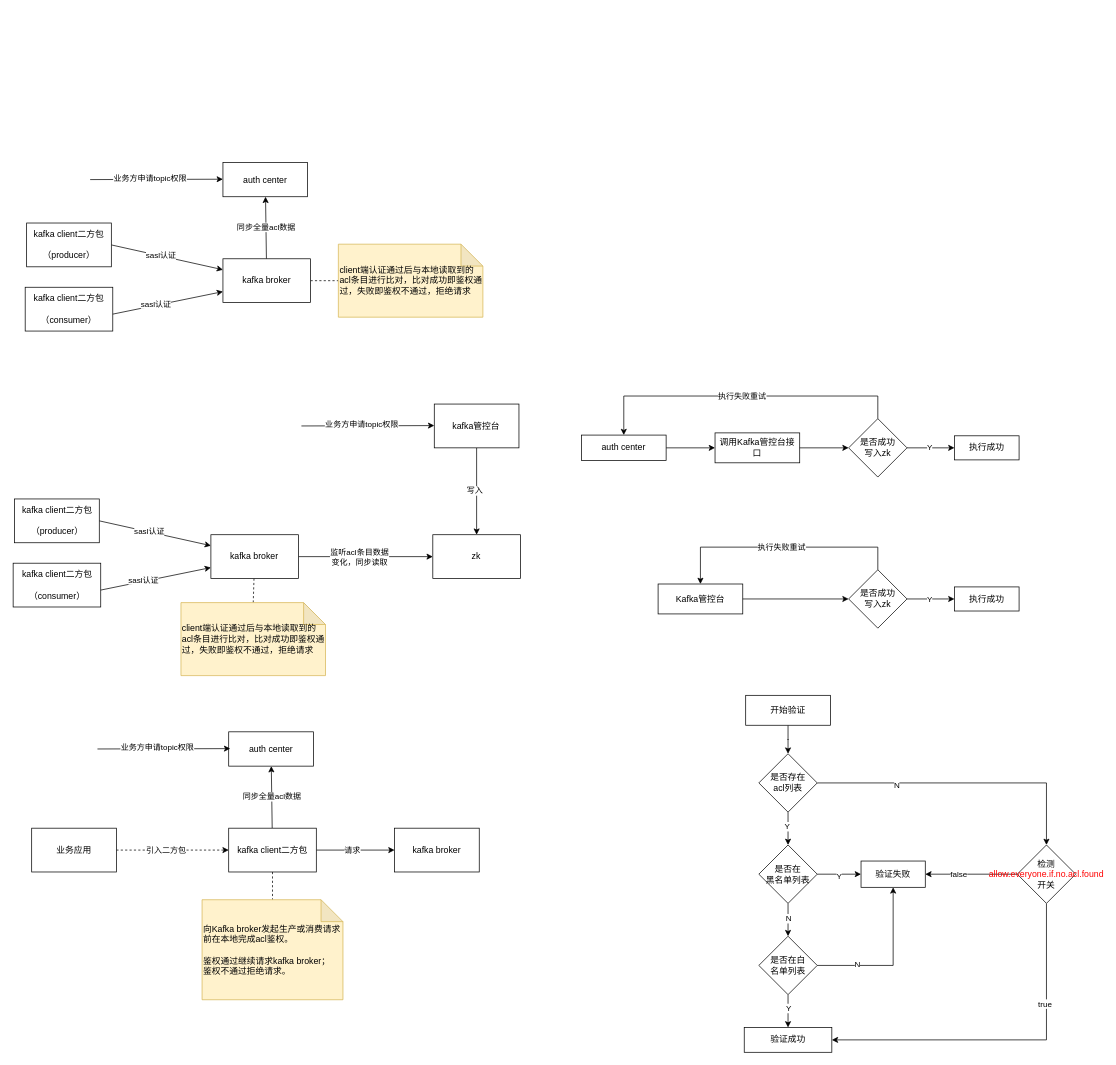
Earlier version of the draw.io diagram kafka接入鉴权中心.drawio (gitcodeporter/draw-uml). Source tidied: cells renumbered, new cells numbered last; positions are measured from the earlier drawing's top-left corner, leaving out a move shared by most shapes. Both pictures are drawn from the tidied source at 73%, with x=0, y=0 at pixel (12, 162).
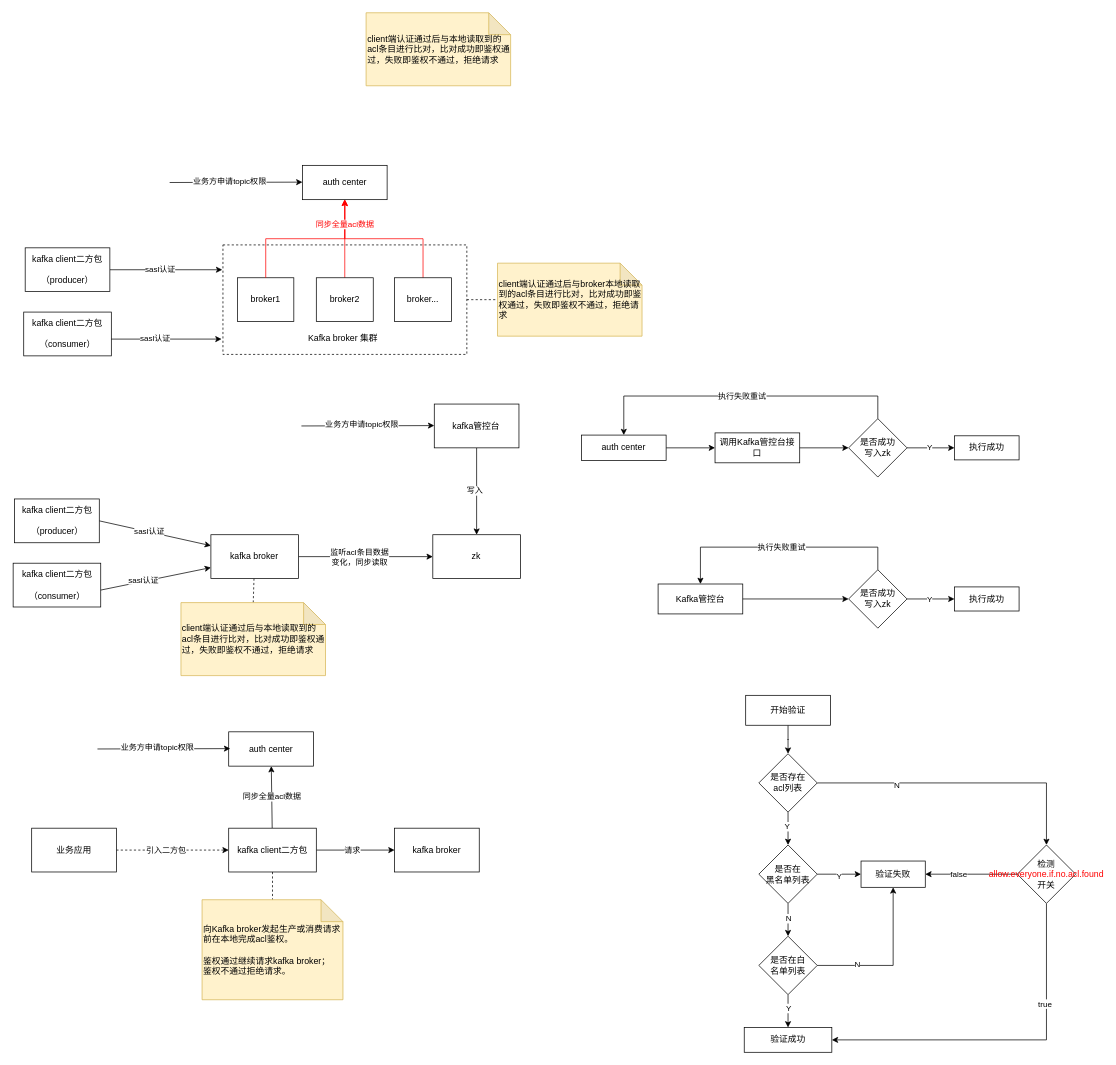
The same page after the edit.

Commit message:
更新kafka接入鉴权中心.drawio

Change to the diagram source:
```diff
@@
-    <mxCell id="2" value="同步全量acl数据" style="edgeStyle=none;rounded=0;jettySize=auto;html=1;" parent="1" edge="1" source="4" target="11">
-      <mxGeometry relative="1" as="geometry" />
-    </mxCell>
@@
-    <mxCell id="4" value="kafka broker" style="rounded=0;whiteSpace=wrap;html=1;" parent="1" vertex="1">
-      <mxGeometry x="287.9" y="132" width="120" height="60" as="geometry" />
+    <mxCell id="4" style="rounded=0;whiteSpace=wrap;html=1;dashed=1;align=left;" parent="1" vertex="1">
+      <mxGeometry x="287.9" y="113" width="334.1" height="150" as="geometry" />
     </mxCell>
-    <mxCell id="5" style="edgeStyle=none;rounded=0;jettySize=auto;html=1;entryX=0;entryY=0.25;entryDx=0;entryDy=0;exitX=1;exitY=0.5;exitDx=0;exitDy=0;" parent="1" edge="1" source="7" target="4">
-      <mxGeometry relative="1" as="geometry" />
+    <mxCell id="5" style="edgeStyle=none;rounded=0;jettySize=auto;html=1;exitX=1;exitY=0.5;exitDx=0;exitDy=0;" parent="1" edge="1" source="7">
+      <mxGeometry relative="1" as="geometry">
+        <mxPoint x="287" y="147" as="targetPoint" />
+      </mxGeometry>
     </mxCell>
@@
     <mxCell id="7" value="kafka client二方包&lt;br&gt;&lt;br&gt;（producer）" style="rounded=0;whiteSpace=wrap;html=1;" parent="1" vertex="1">
-      <mxGeometry x="19" y="83" width="116" height="60" as="geometry" />
+      <mxGeometry x="17" y="117" width="116" height="60" as="geometry" />
     </mxCell>
-    <mxCell id="8" style="edgeStyle=none;rounded=0;jettySize=auto;html=1;entryX=0;entryY=0.75;entryDx=0;entryDy=0;exitX=0.992;exitY=0.617;exitDx=0;exitDy=0;exitPerimeter=0;" parent="1" edge="1" source="10" target="4">
-      <mxGeometry relative="1" as="geometry" />
+    <mxCell id="8" style="edgeStyle=none;rounded=0;jettySize=auto;html=1;exitX=0.992;exitY=0.617;exitDx=0;exitDy=0;exitPerimeter=0;" parent="1" edge="1" source="10">
+      <mxGeometry relative="1" as="geometry">
+        <mxPoint x="286" y="242" as="targetPoint" />
+      </mxGeometry>
     </mxCell>
@@
     <mxCell id="10" value="kafka client二方包&lt;br&gt;&lt;br&gt;（consumer）" style="rounded=0;whiteSpace=wrap;html=1;" parent="1" vertex="1">
-      <mxGeometry x="17" y="171" width="120" height="60" as="geometry" />
+      <mxGeometry x="15" y="205" width="120" height="60" as="geometry" />
     </mxCell>
     <mxCell id="11" value="auth center" style="rounded=0;whiteSpace=wrap;html=1;" parent="1" vertex="1">
-      <mxGeometry x="287.9" width="116" height="47" as="geometry" />
+      <mxGeometry x="396.8" y="4" width="116" height="47" as="geometry" />
     </mxCell>
-    <mxCell id="12" value="client端认证通过后与本地读取到的acl条目进行比对，比对成功即鉴权通过，失败即鉴权不通过，拒绝请求" style="shape=note;whiteSpace=wrap;html=1;backgroundOutline=1;darkOpacity=0.05;fillColor=#fff2cc;strokeColor=#d6b656;align=left;" parent="1" vertex="1">
-      <mxGeometry x="446" y="112" width="198" height="100" as="geometry" />
+    <mxCell id="12" value="client端认证通过后与broker本地读取到的acl条目进行比对，比对成功即鉴权通过，失败即鉴权不通过，拒绝请求" style="shape=note;whiteSpace=wrap;html=1;backgroundOutline=1;darkOpacity=0.05;fillColor=#fff2cc;strokeColor=#d6b656;align=left;" parent="1" vertex="1">
+      <mxGeometry x="664" y="138" width="198" height="100" as="geometry" />
     </mxCell>
@@
     <mxCell id="83" style="endArrow=classic;html=1;rounded=0;" parent="1" edge="1">
       <mxGeometry relative="1" as="geometry">
-        <mxPoint x="106" y="23.5" as="sourcePoint" />
-        <mxPoint x="287.9" y="23" as="targetPoint" />
+        <mxPoint x="214.9" y="27.5" as="sourcePoint" />
+        <mxPoint x="396.8" y="27" as="targetPoint" />
       </mxGeometry>
     </mxCell>
@@
+    <mxCell id="87" value="client端认证通过后与本地读取到的acl条目进行比对，比对成功即鉴权通过，失败即鉴权不通过，拒绝请求" style="shape=note;whiteSpace=wrap;html=1;backgroundOutline=1;darkOpacity=0.05;fillColor=#fff2cc;strokeColor=#d6b656;align=left;" parent="1" vertex="1">
+      <mxGeometry x="484" y="-205" width="198" height="100" as="geometry" />
+    </mxCell>
+    <mxCell id="88" value="broker1" style="rounded=0;whiteSpace=wrap;html=1;" parent="1" vertex="1">
+      <mxGeometry x="308" y="158" width="77" height="60" as="geometry" />
+    </mxCell>
+    <mxCell id="89" style="edgeStyle=orthogonalEdgeStyle;rounded=0;jettySize=auto;html=1;fontColor=#000000;strokeColor=#FF0000;" parent="1" edge="1" source="90" target="11">
+      <mxGeometry relative="1" as="geometry" />
+    </mxCell>
+    <mxCell id="90" value="broker2" style="rounded=0;whiteSpace=wrap;html=1;" parent="1" vertex="1">
+      <mxGeometry x="415.8" y="158" width="78" height="60" as="geometry" />
+    </mxCell>
+    <mxCell id="91" style="edgeStyle=orthogonalEdgeStyle;rounded=0;jettySize=auto;html=1;exitX=0.5;exitY=0;exitDx=0;exitDy=0;entryX=0.5;entryY=1;entryDx=0;entryDy=0;fontColor=#000000;strokeColor=#FF0000;" parent="1" edge="1" source="92" target="11">
+      <mxGeometry relative="1" as="geometry" />
+    </mxCell>
+    <mxCell id="92" value="broker..." style="rounded=0;whiteSpace=wrap;html=1;" parent="1" vertex="1">
+      <mxGeometry x="523" y="158" width="78" height="60" as="geometry" />
+    </mxCell>
+    <mxCell id="93" value="Kafka broker 集群" style="text;html=1;strokeColor=none;fillColor=none;align=center;verticalAlign=middle;whiteSpace=wrap;rounded=0;dashed=1;fontColor=#000000;" parent="1" vertex="1">
+      <mxGeometry x="403" y="226" width="99" height="30" as="geometry" />
+    </mxCell>
+    <mxCell id="2" value="同步全量acl数据" style="edgeStyle=orthogonalEdgeStyle;rounded=0;jettySize=auto;html=1;exitX=0.5;exitY=0;exitDx=0;exitDy=0;strokeColor=#FF0000;fontColor=#FF0000;" parent="1" edge="1" source="88" target="11">
+      <mxGeometry x="0.68" relative="1" as="geometry" />
+    </mxCell>
```
